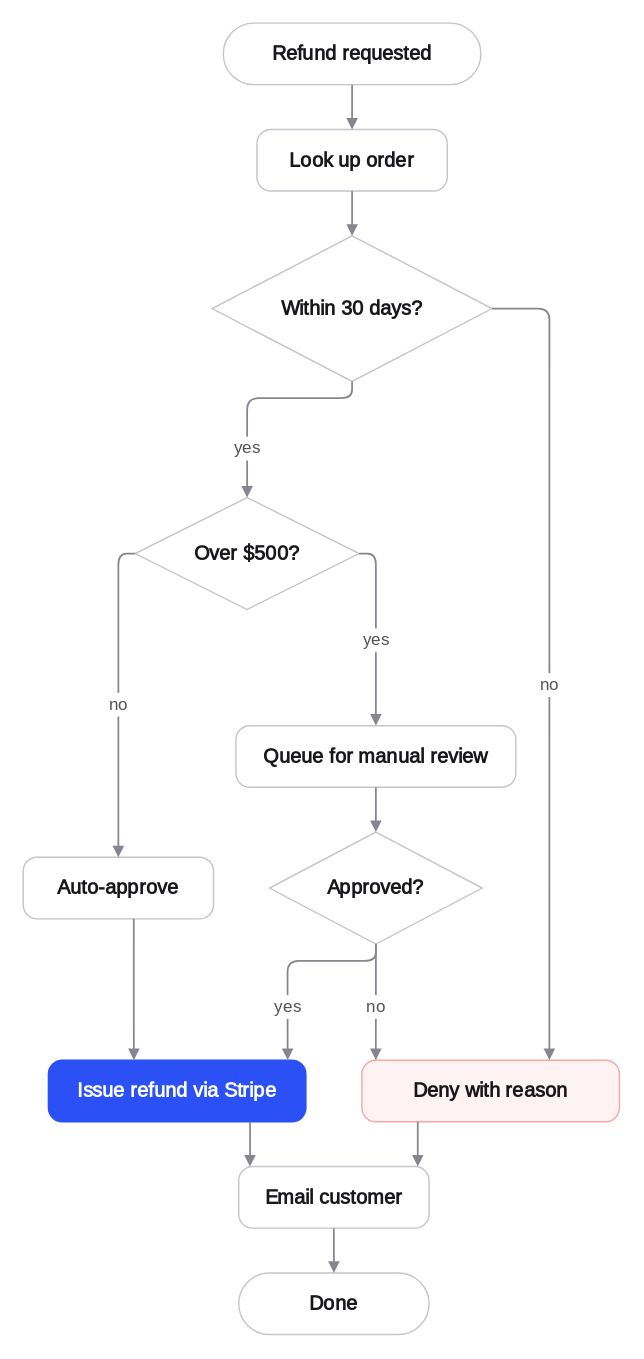
itsthecsguy/linework keeps this draw.io diagram as docs/gallery/refund-flow-light.drawio.svg. Above is the earlier version. Source tidied: cells renumbered, new cells last; positions are measured from the earlier drawing's top-left corner, leaving out a move shared by most shapes.
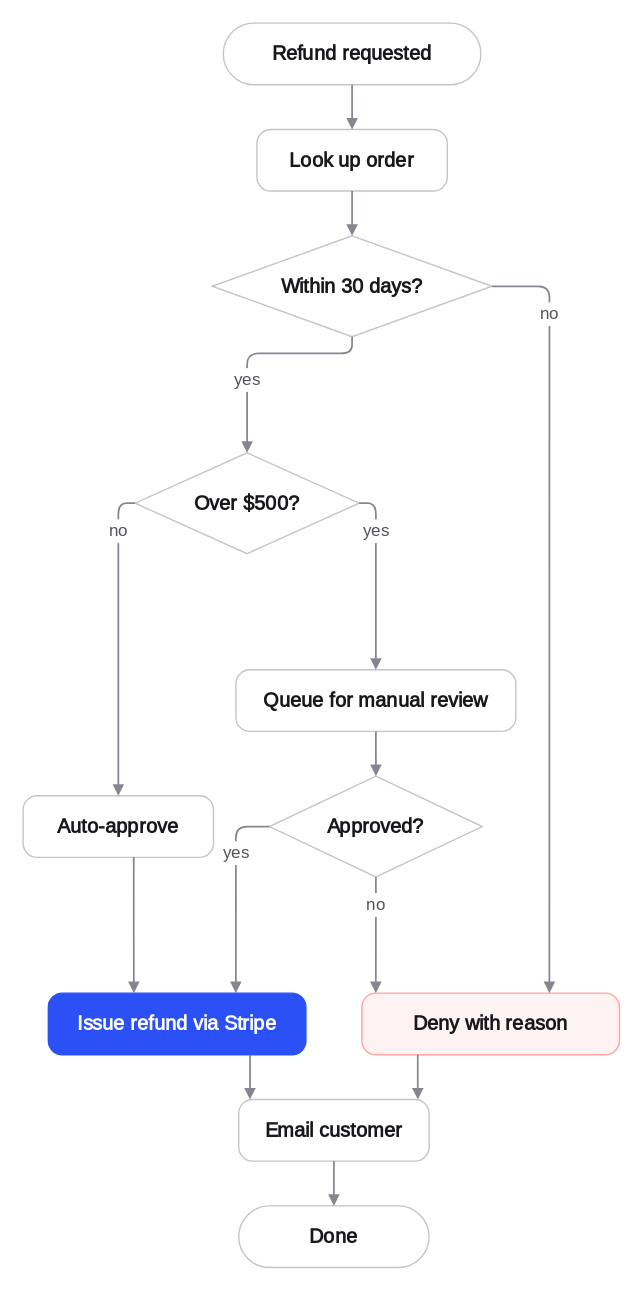
The same file after the commit.

Change to the diagram source:
```diff
@@ -9,31 +9,31 @@
       <mxGeometry x="167" y="76" width="136" height="44" as="geometry" />
     </mxCell>
     <mxCell id="4" value="&lt;span style=&quot;font-weight:600&quot;&gt;Within 30 days?&lt;/span&gt;" style="rhombus;html=1;whiteSpace=wrap;spacingLeft=12;spacingRight=12;fontFamily=IBM Plex Sans, -apple-system, BlinkMacSystemFont, Segoe UI, Roboto, Helvetica Neue, Arial, sans-serif;fontSize=14;fontColor=#17171C;fillColor=#FFFFFF;strokeColor=#C4C4CC;strokeWidth=1;spacingLeft=0;spacingRight=0;spacingLeft=41;spacingRight=41;" parent="1" vertex="1">
-      <mxGeometry x="135" y="152" width="200" height="104" as="geometry" />
+      <mxGeometry x="135" y="152" width="200" height="72" as="geometry" />
     </mxCell>
     <mxCell id="5" value="&lt;span style=&quot;font-weight:600&quot;&gt;Over $500?&lt;/span&gt;" style="rhombus;html=1;whiteSpace=wrap;spacingLeft=12;spacingRight=12;fontFamily=IBM Plex Sans, -apple-system, BlinkMacSystemFont, Segoe UI, Roboto, Helvetica Neue, Arial, sans-serif;fontSize=14;fontColor=#17171C;fillColor=#FFFFFF;strokeColor=#C4C4CC;strokeWidth=1;spacingLeft=0;spacingRight=0;spacingLeft=35;spacingRight=35;" parent="1" vertex="1">
-      <mxGeometry x="80" y="339" width="160" height="80" as="geometry" />
+      <mxGeometry x="80" y="307" width="160" height="72" as="geometry" />
     </mxCell>
     <mxCell id="6" value="&lt;span style=&quot;font-weight:600&quot;&gt;Auto-approve&lt;/span&gt;" style="rounded=1;absoluteArcSize=1;arcSize=20;html=1;whiteSpace=wrap;spacingLeft=12;spacingRight=12;fontFamily=IBM Plex Sans, -apple-system, BlinkMacSystemFont, Segoe UI, Roboto, Helvetica Neue, Arial, sans-serif;fontSize=14;fontColor=#17171C;fillColor=#FFFFFF;strokeColor=#C4C4CC;strokeWidth=1;" parent="1" vertex="1">
-      <mxGeometry y="596" width="136" height="44" as="geometry" />
+      <mxGeometry y="552" width="136" height="44" as="geometry" />
     </mxCell>
     <mxCell id="7" value="&lt;span style=&quot;font-weight:600&quot;&gt;Queue for manual review&lt;/span&gt;" style="rounded=1;absoluteArcSize=1;arcSize=20;html=1;whiteSpace=wrap;spacingLeft=12;spacingRight=12;fontFamily=IBM Plex Sans, -apple-system, BlinkMacSystemFont, Segoe UI, Roboto, Helvetica Neue, Arial, sans-serif;fontSize=14;fontColor=#17171C;fillColor=#FFFFFF;strokeColor=#C4C4CC;strokeWidth=1;" parent="1" vertex="1">
-      <mxGeometry x="152" y="502" width="200" height="44" as="geometry" />
+      <mxGeometry x="152" y="462" width="200" height="44" as="geometry" />
     </mxCell>
     <mxCell id="8" value="&lt;span style=&quot;font-weight:600&quot;&gt;Approved?&lt;/span&gt;" style="rhombus;html=1;whiteSpace=wrap;spacingLeft=12;spacingRight=12;fontFamily=IBM Plex Sans, -apple-system, BlinkMacSystemFont, Segoe UI, Roboto, Helvetica Neue, Arial, sans-serif;fontSize=14;fontColor=#17171C;fillColor=#FFFFFF;strokeColor=#C4C4CC;strokeWidth=1;spacingLeft=0;spacingRight=0;spacingLeft=33;spacingRight=33;" parent="1" vertex="1">
-      <mxGeometry x="176" y="578" width="152" height="80" as="geometry" />
+      <mxGeometry x="176" y="538" width="152" height="72" as="geometry" />
     </mxCell>
     <mxCell id="9" value="&lt;span style=&quot;font-weight:600&quot;&gt;Issue refund via Stripe&lt;/span&gt;" style="rounded=1;absoluteArcSize=1;arcSize=20;html=1;whiteSpace=wrap;spacingLeft=12;spacingRight=12;fontFamily=IBM Plex Sans, -apple-system, BlinkMacSystemFont, Segoe UI, Roboto, Helvetica Neue, Arial, sans-serif;fontSize=14;fontColor=#FFFFFF;fillColor=#2B50F5;strokeColor=#2B50F5;strokeWidth=1;" parent="1" vertex="1">
-      <mxGeometry x="18" y="741" width="184" height="44" as="geometry" />
+      <mxGeometry x="18" y="693" width="184" height="44" as="geometry" />
     </mxCell>
     <mxCell id="10" value="&lt;span style=&quot;font-weight:600&quot;&gt;Email customer&lt;/span&gt;" style="rounded=1;absoluteArcSize=1;arcSize=20;html=1;whiteSpace=wrap;spacingLeft=12;spacingRight=12;fontFamily=IBM Plex Sans, -apple-system, BlinkMacSystemFont, Segoe UI, Roboto, Helvetica Neue, Arial, sans-serif;fontSize=14;fontColor=#17171C;fillColor=#FFFFFF;strokeColor=#C4C4CC;strokeWidth=1;" parent="1" vertex="1">
-      <mxGeometry x="154" y="817" width="136" height="44" as="geometry" />
+      <mxGeometry x="154" y="769" width="136" height="44" as="geometry" />
     </mxCell>
     <mxCell id="11" value="&lt;span style=&quot;font-weight:600&quot;&gt;Deny with reason&lt;/span&gt;" style="rounded=1;absoluteArcSize=1;arcSize=20;html=1;whiteSpace=wrap;spacingLeft=12;spacingRight=12;fontFamily=IBM Plex Sans, -apple-system, BlinkMacSystemFont, Segoe UI, Roboto, Helvetica Neue, Arial, sans-serif;fontSize=14;fontColor=#17171C;fillColor=#FEF2F2;strokeColor=#FCA5A5;strokeWidth=1;" parent="1" vertex="1">
-      <mxGeometry x="242" y="741" width="184" height="44" as="geometry" />
+      <mxGeometry x="242" y="693" width="184" height="44" as="geometry" />
     </mxCell>
     <mxCell id="12" value="&lt;span style=&quot;font-weight:600&quot;&gt;Done&lt;/span&gt;" style="rounded=1;arcSize=50;html=1;whiteSpace=wrap;spacingLeft=12;spacingRight=12;fontFamily=IBM Plex Sans, -apple-system, BlinkMacSystemFont, Segoe UI, Roboto, Helvetica Neue, Arial, sans-serif;fontSize=14;fontColor=#17171C;fillColor=#FFFFFF;strokeColor=#C4C4CC;strokeWidth=1;" parent="1" vertex="1">
-      <mxGeometry x="154" y="893" width="136" height="44" as="geometry" />
+      <mxGeometry x="154" y="845" width="136" height="44" as="geometry" />
     </mxCell>
     <mxCell id="13" style="edgeStyle=orthogonalEdgeStyle;rounded=1;arcSize=16;html=1;strokeColor=#868691;strokeWidth=1.25;endArrow=block;endFill=1;endSize=5;startArrow=none;fontFamily=IBM Plex Sans, -apple-system, BlinkMacSystemFont, Segoe UI, Roboto, Helvetica Neue, Arial, sans-serif;fontSize=12;fontColor=#52525C;labelBackgroundColor=#FFFFFF;labelPadding=1 5;exitX=0.5;exitY=1;exitDx=0;exitDy=0;entryX=0.5;entryY=0;entryDx=0;entryDy=0;" parent="1" edge="1" source="2" target="3">
       <mxGeometry relative="1" as="geometry" />
@@ -42,47 +42,46 @@
       <mxGeometry relative="1" as="geometry" />
     </mxCell>
     <mxCell id="15" value="yes" style="edgeStyle=orthogonalEdgeStyle;rounded=1;arcSize=16;html=1;strokeColor=#868691;strokeWidth=1.25;endArrow=block;endFill=1;endSize=5;startArrow=none;fontFamily=IBM Plex Sans, -apple-system, BlinkMacSystemFont, Segoe UI, Roboto, Helvetica Neue, Arial, sans-serif;fontSize=12;fontColor=#52525C;labelBackgroundColor=#FFFFFF;labelPadding=1 5;exitX=0.5;exitY=1;exitDx=0;exitDy=0;entryX=0.5;entryY=0;entryDx=0;entryDy=0;" parent="1" edge="1" source="4" target="5">
-      <mxGeometry x="0.55" relative="1" as="geometry">
+      <mxGeometry x="0.35" relative="1" as="geometry">
         <Array as="points">
-          <mxPoint x="235" y="268" />
-          <mxPoint x="160" y="268" />
+          <mxPoint x="235" y="236" />
+          <mxPoint x="160" y="236" />
         </Array>
       </mxGeometry>
     </mxCell>
     <mxCell id="16" value="no" style="edgeStyle=orthogonalEdgeStyle;rounded=1;arcSize=16;html=1;strokeColor=#868691;strokeWidth=1.25;endArrow=block;endFill=1;endSize=5;startArrow=none;fontFamily=IBM Plex Sans, -apple-system, BlinkMacSystemFont, Segoe UI, Roboto, Helvetica Neue, Arial, sans-serif;fontSize=12;fontColor=#52525C;labelBackgroundColor=#FFFFFF;labelPadding=1 5;exitX=1;exitY=0.5;exitDx=0;exitDy=0;entryX=0.728;entryY=0;entryDx=0;entryDy=0;" parent="1" edge="1" source="4" target="11">
-      <mxGeometry x="0.07" relative="1" as="geometry">
+      <mxGeometry x="-0.78" relative="1" as="geometry">
         <Array as="points">
-          <mxPoint x="376" y="204" />
+          <mxPoint x="376" y="188" />
         </Array>
       </mxGeometry>
     </mxCell>
     <mxCell id="17" value="no" style="edgeStyle=orthogonalEdgeStyle;rounded=1;arcSize=16;html=1;strokeColor=#868691;strokeWidth=1.25;endArrow=block;endFill=1;endSize=5;startArrow=none;fontFamily=IBM Plex Sans, -apple-system, BlinkMacSystemFont, Segoe UI, Roboto, Helvetica Neue, Arial, sans-serif;fontSize=12;fontColor=#52525C;labelBackgroundColor=#FFFFFF;labelPadding=1 5;exitX=0;exitY=0.5;exitDx=0;exitDy=0;entryX=0.5;entryY=0;entryDx=0;entryDy=0;" parent="1" edge="1" source="5" target="6">
-      <mxGeometry x="0.05" relative="1" as="geometry">
+      <mxGeometry x="-0.71" relative="1" as="geometry">
         <Array as="points">
-          <mxPoint x="68" y="379" />
+          <mxPoint x="68" y="343" />
         </Array>
       </mxGeometry>
     </mxCell>
     <mxCell id="18" value="yes" style="edgeStyle=orthogonalEdgeStyle;rounded=1;arcSize=16;html=1;strokeColor=#868691;strokeWidth=1.25;endArrow=block;endFill=1;endSize=5;startArrow=none;fontFamily=IBM Plex Sans, -apple-system, BlinkMacSystemFont, Segoe UI, Roboto, Helvetica Neue, Arial, sans-serif;fontSize=12;fontColor=#52525C;labelBackgroundColor=#FFFFFF;labelPadding=1 5;exitX=1;exitY=0.5;exitDx=0;exitDy=0;entryX=0.5;entryY=0;entryDx=0;entryDy=0;" parent="1" edge="1" source="5" target="7">
-      <mxGeometry x="0.09" relative="1" as="geometry">
+      <mxGeometry x="-0.51" relative="1" as="geometry">
         <Array as="points">
-          <mxPoint x="252" y="379" />
+          <mxPoint x="252" y="343" />
         </Array>
       </mxGeometry>
     </mxCell>
     <mxCell id="19" style="edgeStyle=orthogonalEdgeStyle;rounded=1;arcSize=16;html=1;strokeColor=#868691;strokeWidth=1.25;endArrow=block;endFill=1;endSize=5;startArrow=none;fontFamily=IBM Plex Sans, -apple-system, BlinkMacSystemFont, Segoe UI, Roboto, Helvetica Neue, Arial, sans-serif;fontSize=12;fontColor=#52525C;labelBackgroundColor=#FFFFFF;labelPadding=1 5;exitX=0.5;exitY=1;exitDx=0;exitDy=0;entryX=0.5;entryY=0;entryDx=0;entryDy=0;" parent="1" edge="1" source="7" target="8">
       <mxGeometry relative="1" as="geometry" />
     </mxCell>
-    <mxCell id="20" value="yes" style="edgeStyle=orthogonalEdgeStyle;rounded=1;arcSize=16;html=1;strokeColor=#868691;strokeWidth=1.25;endArrow=block;endFill=1;endSize=5;startArrow=none;fontFamily=IBM Plex Sans, -apple-system, BlinkMacSystemFont, Segoe UI, Roboto, Helvetica Neue, Arial, sans-serif;fontSize=12;fontColor=#52525C;labelBackgroundColor=#FFFFFF;labelPadding=1 5;exitX=0.5;exitY=1;exitDx=0;exitDy=0;entryX=0.929;entryY=0;entryDx=0;entryDy=0;" parent="1" edge="1" source="8" target="9">
-      <mxGeometry x="0.48" relative="1" as="geometry">
+    <mxCell id="20" value="yes" style="edgeStyle=orthogonalEdgeStyle;rounded=1;arcSize=16;html=1;strokeColor=#868691;strokeWidth=1.25;endArrow=block;endFill=1;endSize=5;startArrow=none;fontFamily=IBM Plex Sans, -apple-system, BlinkMacSystemFont, Segoe UI, Roboto, Helvetica Neue, Arial, sans-serif;fontSize=12;fontColor=#52525C;labelBackgroundColor=#FFFFFF;labelPadding=1 5;exitX=0;exitY=0.5;exitDx=0;exitDy=0;entryX=0.728;entryY=0;entryDx=0;entryDy=0;" parent="1" edge="1" source="8" target="9">
+      <mxGeometry x="-0.39" relative="1" as="geometry">
         <Array as="points">
-          <mxPoint x="252" y="670" />
-          <mxPoint x="189" y="670" />
+          <mxPoint x="152" y="574" />
         </Array>
       </mxGeometry>
     </mxCell>
     <mxCell id="21" value="no" style="edgeStyle=orthogonalEdgeStyle;rounded=1;arcSize=16;html=1;strokeColor=#868691;strokeWidth=1.25;endArrow=block;endFill=1;endSize=5;startArrow=none;fontFamily=IBM Plex Sans, -apple-system, BlinkMacSystemFont, Segoe UI, Roboto, Helvetica Neue, Arial, sans-serif;fontSize=12;fontColor=#52525C;labelBackgroundColor=#FFFFFF;labelPadding=1 5;exitX=0.5;exitY=1;exitDx=0;exitDy=0;entryX=0.054;entryY=0;entryDx=0;entryDy=0;" parent="1" edge="1" source="8" target="11">
-      <mxGeometry x="0.08" relative="1" as="geometry" />
+      <mxGeometry x="-0.53" relative="1" as="geometry" />
     </mxCell>
     <mxCell id="22" style="edgeStyle=orthogonalEdgeStyle;rounded=1;arcSize=16;html=1;strokeColor=#868691;strokeWidth=1.25;endArrow=block;endFill=1;endSize=5;startArrow=none;fontFamily=IBM Plex Sans, -apple-system, BlinkMacSystemFont, Segoe UI, Roboto, Helvetica Neue, Arial, sans-serif;fontSize=12;fontColor=#52525C;labelBackgroundColor=#FFFFFF;labelPadding=1 5;exitX=0.581;exitY=1;exitDx=0;exitDy=0;entryX=0.332;entryY=0;entryDx=0;entryDy=0;" parent="1" edge="1" source="6" target="9">
       <mxGeometry relative="1" as="geometry" />
```
